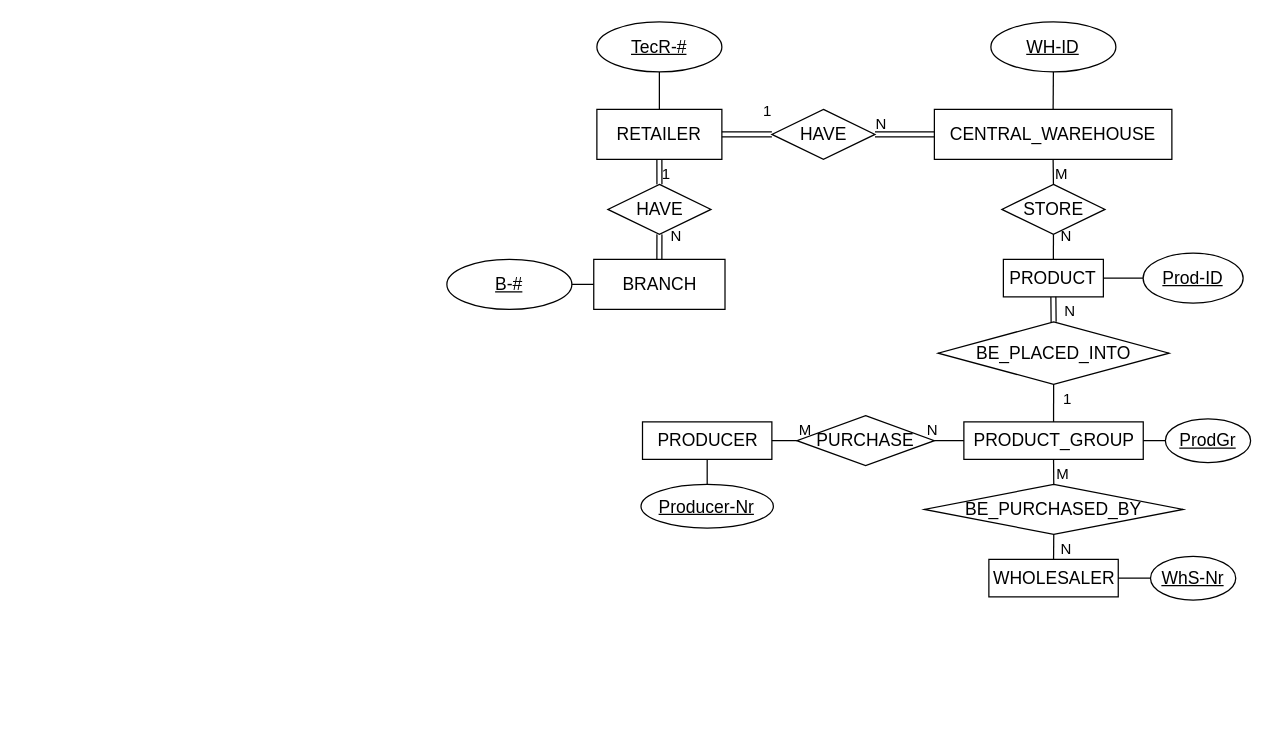
Earlier version of the draw.io diagram eerdretailer.drawio (quangmnh/drawio). Source tidied: cells renumbered, new cells numbered last; positions are measured from the earlier drawing's top-left corner, leaving out a move shared by most shapes. Both pictures are drawn from the tidied source at 125%, with x=0, y=0 at pixel (446, 21).
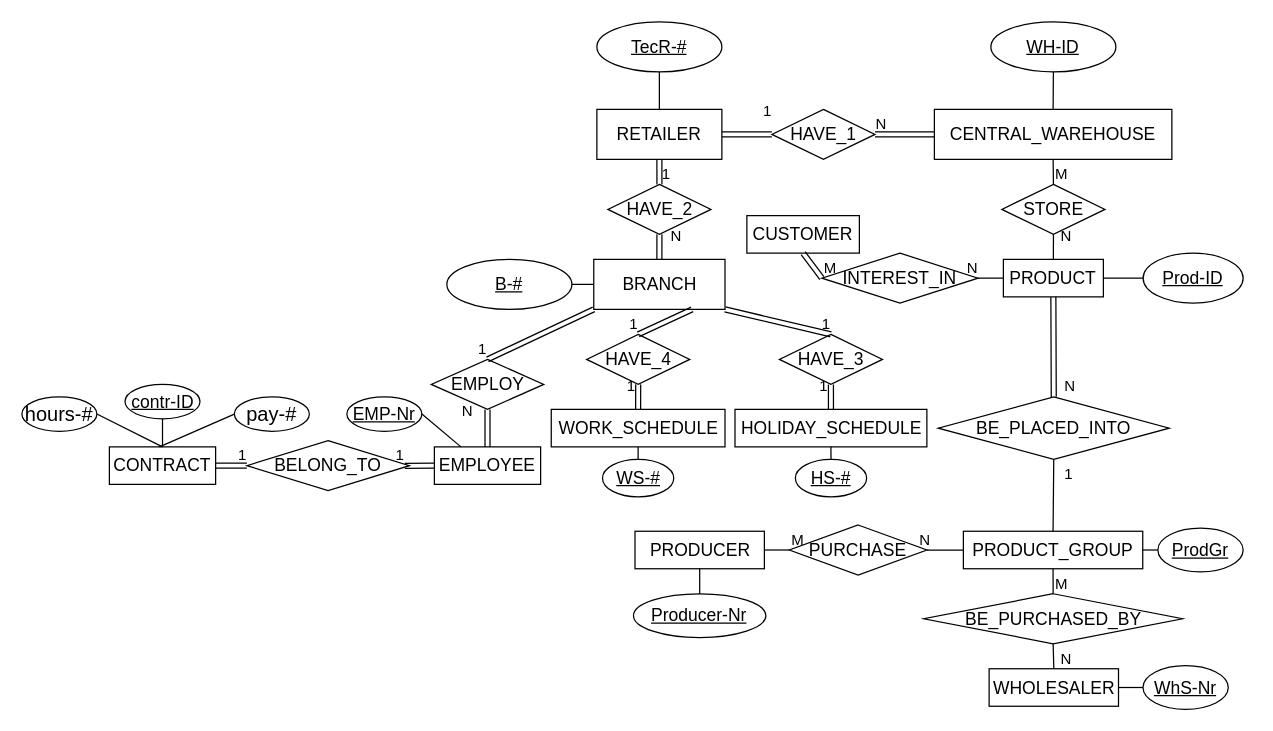
The same diagram, later.

The change refers to these unchanged cells:
```xml
<mxCell id="8" value="&lt;font style=&quot;font-size: 14px&quot;&gt;BRANCH&lt;/font&gt;" style="whiteSpace=wrap;html=1;align=center;" parent="1" vertex="1">
  <mxGeometry x="117.5" y="190" width="105" height="40" as="geometry" />
</mxCell>
<mxCell id="21" value="&lt;font style=&quot;font-size: 14px&quot;&gt;PRODUCT&lt;/font&gt;" style="whiteSpace=wrap;html=1;align=center;" parent="1" vertex="1">
  <mxGeometry x="445.2" y="190" width="80" height="30" as="geometry" />
</mxCell>
```

Diff of the diagram source:
```diff
@@
-    <mxCell id="11" value="&lt;font style=&quot;font-size: 14px&quot;&gt;HAVE&lt;/font&gt;" style="shape=rhombus;perimeter=rhombusPerimeter;whiteSpace=wrap;html=1;align=center;" parent="1" vertex="1">
+    <mxCell id="11" value="&lt;font style=&quot;font-size: 14px&quot;&gt;HAVE_2&lt;/font&gt;" style="shape=rhombus;perimeter=rhombusPerimeter;whiteSpace=wrap;html=1;align=center;" parent="1" vertex="1">
       <mxGeometry x="128.8" y="130" width="82.5" height="40" as="geometry" />
     </mxCell>
-    <mxCell id="12" value="&lt;font style=&quot;font-size: 14px&quot;&gt;HAVE&lt;/font&gt;" style="shape=rhombus;perimeter=rhombusPerimeter;whiteSpace=wrap;html=1;align=center;" parent="1" vertex="1">
+    <mxCell id="12" value="&lt;font style=&quot;font-size: 14px&quot;&gt;HAVE_1&lt;/font&gt;" style="shape=rhombus;perimeter=rhombusPerimeter;whiteSpace=wrap;html=1;align=center;" parent="1" vertex="1">
       <mxGeometry x="260" y="70" width="82.5" height="40" as="geometry" />
     </mxCell>
@@
     <mxCell id="29" value="&lt;font style=&quot;font-size: 14px&quot;&gt;BE_PLACED_INTO&lt;/font&gt;" style="shape=rhombus;perimeter=rhombusPerimeter;whiteSpace=wrap;html=1;align=center;" parent="1" vertex="1">
-      <mxGeometry x="393" y="240" width="184.8" height="50" as="geometry" />
+      <mxGeometry x="393.1" y="300" width="184.8" height="50" as="geometry" />
     </mxCell>
     <mxCell id="30" value="&lt;font style=&quot;font-size: 14px&quot;&gt;PRODUCT_GROUP&lt;/font&gt;" style="whiteSpace=wrap;html=1;align=center;" parent="1" vertex="1">
-      <mxGeometry x="413.6" y="320" width="143.5" height="30" as="geometry" />
+      <mxGeometry x="413.2" y="407.5" width="143.5" height="30" as="geometry" />
     </mxCell>
     <mxCell id="31" value="&lt;span style=&quot;font-size: 14px&quot;&gt;ProdGr&lt;/span&gt;" style="ellipse;whiteSpace=wrap;html=1;align=center;fontStyle=4;" parent="1" vertex="1">
-      <mxGeometry x="574.8" y="317.5" width="68.2" height="35" as="geometry" />
+      <mxGeometry x="568.8" y="405" width="68.2" height="35" as="geometry" />
     </mxCell>
@@
     <mxCell id="37" value="&lt;span style=&quot;font-size: 14px&quot;&gt;WHOLESALER&lt;/span&gt;" style="whiteSpace=wrap;html=1;align=center;" parent="1" vertex="1">
-      <mxGeometry x="433.6" y="430" width="103.5" height="30" as="geometry" />
+      <mxGeometry x="433.8" y="517.5" width="103.5" height="30" as="geometry" />
     </mxCell>
     <mxCell id="38" value="&lt;span style=&quot;font-size: 14px&quot;&gt;PRODUCER&lt;/span&gt;" style="whiteSpace=wrap;html=1;align=center;" parent="1" vertex="1">
-      <mxGeometry x="156.5" y="320" width="103.5" height="30" as="geometry" />
+      <mxGeometry x="150.5" y="407.5" width="103.5" height="30" as="geometry" />
     </mxCell>
     <mxCell id="39" value="&lt;font style=&quot;font-size: 14px&quot;&gt;PURCHASE&lt;/font&gt;" style="shape=rhombus;perimeter=rhombusPerimeter;whiteSpace=wrap;html=1;align=center;" parent="1" vertex="1">
-      <mxGeometry x="280" y="315" width="110" height="40" as="geometry" />
+      <mxGeometry x="274" y="402.5" width="110" height="40" as="geometry" />
     </mxCell>
     <mxCell id="40" value="&lt;font style=&quot;font-size: 14px&quot;&gt;BE_PURCHASED_BY&lt;/font&gt;" style="shape=rhombus;perimeter=rhombusPerimeter;whiteSpace=wrap;html=1;align=center;" parent="1" vertex="1">
-      <mxGeometry x="382" y="370" width="207" height="40" as="geometry" />
+      <mxGeometry x="381.5" y="457.5" width="207" height="40" as="geometry" />
     </mxCell>
@@
     <mxCell id="49" value="&lt;span style=&quot;font-size: 14px&quot;&gt;WhS-Nr&lt;/span&gt;" style="ellipse;whiteSpace=wrap;html=1;align=center;fontStyle=4;" parent="1" vertex="1">
-      <mxGeometry x="562.9" y="427.5" width="68.2" height="35" as="geometry" />
+      <mxGeometry x="556.9" y="515" width="68.2" height="35" as="geometry" />
     </mxCell>
@@
     <mxCell id="51" value="&lt;span style=&quot;font-size: 14px&quot;&gt;Producer-Nr&lt;/span&gt;" style="ellipse;whiteSpace=wrap;html=1;align=center;fontStyle=4;" parent="1" vertex="1">
-      <mxGeometry x="155.3" y="370" width="105.9" height="35" as="geometry" />
+      <mxGeometry x="149.3" y="457.5" width="105.9" height="35" as="geometry" />
     </mxCell>
@@
+    <mxCell id="53" value="&lt;font style=&quot;font-size: 14px&quot;&gt;CUSTOMER&lt;/font&gt;" style="whiteSpace=wrap;html=1;align=center;" parent="1" vertex="1">
+      <mxGeometry x="240" y="155" width="90" height="30" as="geometry" />
+    </mxCell>
+    <mxCell id="54" value="&lt;font style=&quot;font-size: 14px&quot;&gt;INTEREST_IN&lt;/font&gt;" style="shape=rhombus;perimeter=rhombusPerimeter;whiteSpace=wrap;html=1;align=center;" parent="1" vertex="1">
+      <mxGeometry x="300" y="185" width="124.9" height="40" as="geometry" />
+    </mxCell>
+    <mxCell id="55" style="shape=link;html=1;rounded=0;entryX=0.5;entryY=1;entryDx=0;entryDy=0;exitX=0;exitY=0.5;exitDx=0;exitDy=0;" parent="1" edge="1" source="54" target="53">
+      <mxGeometry relative="1" as="geometry" />
+    </mxCell>
+    <mxCell id="56" value="M" style="html=1;align=left;verticalAlign=bottom;" parent="55" vertex="1">
+      <mxGeometry x="-1" relative="1" as="geometry" />
+    </mxCell>
+    <mxCell id="57" style="endArrow=none;html=1;rounded=0;entryX=1;entryY=0.5;entryDx=0;entryDy=0;exitX=0;exitY=0.5;exitDx=0;exitDy=0;" parent="1" edge="1" source="21" target="54">
+      <mxGeometry relative="1" as="geometry" />
+    </mxCell>
+    <mxCell id="58" value="N" style="html=1;align=right;verticalAlign=bottom;" parent="57" vertex="1">
+      <mxGeometry x="1" relative="1" as="geometry" />
+    </mxCell>
+    <mxCell id="59" value="&lt;font style=&quot;font-size: 14px&quot;&gt;EMPLOY&lt;/font&gt;" style="shape=rhombus;perimeter=rhombusPerimeter;whiteSpace=wrap;html=1;align=center;" parent="1" vertex="1">
+      <mxGeometry x="-12.5" y="270" width="90" height="40" as="geometry" />
+    </mxCell>
+    <mxCell id="60" value="&lt;font style=&quot;font-size: 14px&quot;&gt;EMPLOYEE&lt;/font&gt;" style="whiteSpace=wrap;html=1;align=center;" parent="1" vertex="1">
+      <mxGeometry x="-10" y="340" width="85" height="30" as="geometry" />
+    </mxCell>
+    <mxCell id="61" style="shape=link;html=1;rounded=0;exitX=0;exitY=1;exitDx=0;exitDy=0;entryX=0.5;entryY=0;entryDx=0;entryDy=0;" parent="1" edge="1" source="8" target="59">
+      <mxGeometry relative="1" as="geometry" />
+    </mxCell>
+    <mxCell id="62" value="1" style="html=1;align=right;verticalAlign=bottom;" parent="61" vertex="1">
+      <mxGeometry x="1" relative="1" as="geometry" />
+    </mxCell>
+    <mxCell id="63" style="shape=link;html=1;rounded=0;exitX=0.5;exitY=0;exitDx=0;exitDy=0;entryX=0.5;entryY=1;entryDx=0;entryDy=0;" parent="1" edge="1" source="60" target="59">
+      <mxGeometry relative="1" as="geometry" />
+    </mxCell>
+    <mxCell id="64" value="N" style="html=1;align=right;verticalAlign=bottom;" parent="63" vertex="1">
+      <mxGeometry x="1" relative="1" as="geometry">
+        <mxPoint x="-12" y="10" as="offset" />
+      </mxGeometry>
+    </mxCell>
+    <mxCell id="65" value="&lt;span style=&quot;font-size: 14px&quot;&gt;EMP-Nr&lt;/span&gt;" style="ellipse;whiteSpace=wrap;html=1;align=center;fontStyle=4;" parent="1" vertex="1">
+      <mxGeometry x="-80" y="300" width="60" height="27.5" as="geometry" />
+    </mxCell>
+    <mxCell id="66" style="endArrow=none;html=1;rounded=0;exitX=1;exitY=0.5;exitDx=0;exitDy=0;entryX=0.25;entryY=0;entryDx=0;entryDy=0;" parent="1" edge="1" source="65" target="60">
+      <mxGeometry relative="1" as="geometry" />
+    </mxCell>
+    <mxCell id="67" value="&lt;span style=&quot;font-size: 14px&quot;&gt;BELONG_TO&lt;/span&gt;" style="shape=rhombus;perimeter=rhombusPerimeter;whiteSpace=wrap;html=1;align=center;" parent="1" vertex="1">
+      <mxGeometry x="-160" y="335" width="130" height="40" as="geometry" />
+    </mxCell>
+    <mxCell id="68" style="shape=link;html=1;rounded=0;exitX=0;exitY=0.5;exitDx=0;exitDy=0;entryX=0.972;entryY=0.507;entryDx=0;entryDy=0;entryPerimeter=0;" parent="1" edge="1" source="60" target="67">
+      <mxGeometry relative="1" as="geometry" />
+    </mxCell>
+    <mxCell id="69" value="1" style="html=1;align=right;verticalAlign=bottom;" parent="68" vertex="1">
+      <mxGeometry x="1" relative="1" as="geometry" />
+    </mxCell>
+    <mxCell id="70" value="&lt;font style=&quot;font-size: 14px&quot;&gt;CONTRACT&lt;/font&gt;" style="whiteSpace=wrap;html=1;align=center;" parent="1" vertex="1">
+      <mxGeometry x="-270" y="340" width="85" height="30" as="geometry" />
+    </mxCell>
+    <mxCell id="71" style="shape=link;html=1;rounded=0;exitX=1;exitY=0.5;exitDx=0;exitDy=0;entryX=0;entryY=0.5;entryDx=0;entryDy=0;" parent="1" edge="1" source="70" target="67">
+      <mxGeometry relative="1" as="geometry" />
+    </mxCell>
+    <mxCell id="72" value="1" style="html=1;align=right;verticalAlign=bottom;" parent="71" vertex="1">
+      <mxGeometry x="1" relative="1" as="geometry" />
+    </mxCell>
+    <mxCell id="73" value="&lt;span style=&quot;font-size: 14px&quot;&gt;contr-ID&lt;/span&gt;" style="ellipse;whiteSpace=wrap;html=1;align=center;fontStyle=4;" parent="1" vertex="1">
+      <mxGeometry x="-257.5" y="290" width="60" height="27.5" as="geometry" />
+    </mxCell>
+    <mxCell id="74" style="endArrow=none;html=1;rounded=0;exitX=0.5;exitY=1;exitDx=0;exitDy=0;entryX=0.5;entryY=0;entryDx=0;entryDy=0;" parent="1" edge="1" source="73" target="70">
+      <mxGeometry relative="1" as="geometry" />
+    </mxCell>
+    <mxCell id="75" style="endArrow=none;html=1;rounded=0;entryX=0.5;entryY=0;entryDx=0;entryDy=0;exitX=1;exitY=0.5;exitDx=0;exitDy=0;" parent="1" edge="1" source="76" target="70">
+      <mxGeometry relative="1" as="geometry" />
+    </mxCell>
+    <mxCell id="76" value="&lt;font size=&quot;3&quot;&gt;hours-#&lt;/font&gt;" style="ellipse;whiteSpace=wrap;html=1;align=center;" parent="1" vertex="1">
+      <mxGeometry x="-340" y="300" width="60" height="27.5" as="geometry" />
+    </mxCell>
+    <mxCell id="77" style="endArrow=none;html=1;rounded=0;exitX=0;exitY=0.5;exitDx=0;exitDy=0;" parent="1" edge="1" source="78">
+      <mxGeometry relative="1" as="geometry">
+        <mxPoint x="-230" y="340" as="targetPoint" />
+      </mxGeometry>
+    </mxCell>
+    <mxCell id="78" value="&lt;font size=&quot;3&quot;&gt;pay-#&lt;/font&gt;" style="ellipse;whiteSpace=wrap;html=1;align=center;" parent="1" vertex="1">
+      <mxGeometry x="-170" y="300" width="60" height="27.5" as="geometry" />
+    </mxCell>
+    <mxCell id="79" value="&lt;font style=&quot;font-size: 14px&quot;&gt;HAVE_3&lt;/font&gt;" style="shape=rhombus;perimeter=rhombusPerimeter;whiteSpace=wrap;html=1;align=center;" parent="1" vertex="1">
+      <mxGeometry x="266" y="250" width="82.5" height="40" as="geometry" />
+    </mxCell>
+    <mxCell id="80" value="&lt;font style=&quot;font-size: 14px&quot;&gt;HAVE_4&lt;/font&gt;" style="shape=rhombus;perimeter=rhombusPerimeter;whiteSpace=wrap;html=1;align=center;" parent="1" vertex="1">
+      <mxGeometry x="111.8" y="250" width="82.5" height="40" as="geometry" />
+    </mxCell>
+    <mxCell id="81" value="&lt;font style=&quot;font-size: 14px&quot;&gt;WORK_SCHEDULE&lt;/font&gt;" style="whiteSpace=wrap;html=1;align=center;" parent="1" vertex="1">
+      <mxGeometry x="83.5" y="310" width="139" height="30" as="geometry" />
+    </mxCell>
+    <mxCell id="82" value="&lt;font style=&quot;font-size: 14px&quot;&gt;HOLIDAY_SCHEDULE&lt;/font&gt;" style="whiteSpace=wrap;html=1;align=center;" parent="1" vertex="1">
+      <mxGeometry x="230.5" y="310" width="153.5" height="30" as="geometry" />
+    </mxCell>
+    <mxCell id="83" style="shape=link;html=1;rounded=0;exitX=0.75;exitY=1;exitDx=0;exitDy=0;entryX=0.5;entryY=0;entryDx=0;entryDy=0;" parent="1" edge="1" source="8" target="80">
+      <mxGeometry relative="1" as="geometry" />
+    </mxCell>
+    <mxCell id="84" value="1" style="html=1;align=right;verticalAlign=bottom;" parent="83" vertex="1">
+      <mxGeometry x="1" relative="1" as="geometry" />
+    </mxCell>
+    <mxCell id="85" style="shape=link;html=1;rounded=0;exitX=1;exitY=1;exitDx=0;exitDy=0;entryX=0.5;entryY=0;entryDx=0;entryDy=0;" parent="1" edge="1" source="8" target="79">
+      <mxGeometry relative="1" as="geometry" />
+    </mxCell>
+    <mxCell id="86" value="1" style="html=1;align=right;verticalAlign=bottom;" parent="85" vertex="1">
+      <mxGeometry x="1" relative="1" as="geometry" />
+    </mxCell>
+    <mxCell id="87" style="shape=link;html=1;rounded=0;exitX=0.5;exitY=0;exitDx=0;exitDy=0;entryX=0.5;entryY=1;entryDx=0;entryDy=0;" parent="1" edge="1" source="81" target="80">
+      <mxGeometry relative="1" as="geometry" />
+    </mxCell>
+    <mxCell id="88" value="1" style="html=1;align=right;verticalAlign=bottom;" parent="87" vertex="1">
+      <mxGeometry x="1" relative="1" as="geometry">
+        <mxPoint x="-2" y="10" as="offset" />
+      </mxGeometry>
+    </mxCell>
+    <mxCell id="89" style="shape=link;html=1;rounded=0;exitX=0.5;exitY=0;exitDx=0;exitDy=0;entryX=0.5;entryY=1;entryDx=0;entryDy=0;" parent="1" edge="1" source="82" target="79">
+      <mxGeometry relative="1" as="geometry" />
+    </mxCell>
+    <mxCell id="90" value="1" style="html=1;align=right;verticalAlign=bottom;" parent="89" vertex="1">
+      <mxGeometry x="1" relative="1" as="geometry">
+        <mxPoint x="-2" y="10" as="offset" />
+      </mxGeometry>
+    </mxCell>
+    <mxCell id="91" value="&lt;span style=&quot;font-size: 14px&quot;&gt;WS-#&lt;/span&gt;" style="ellipse;whiteSpace=wrap;html=1;align=center;fontStyle=4;" parent="1" vertex="1">
+      <mxGeometry x="124.5" y="350" width="57" height="30" as="geometry" />
+    </mxCell>
+    <mxCell id="92" style="endArrow=none;html=1;rounded=0;exitX=0.5;exitY=0;exitDx=0;exitDy=0;entryX=0.5;entryY=1;entryDx=0;entryDy=0;" parent="1" edge="1" source="91" target="81">
+      <mxGeometry relative="1" as="geometry" />
+    </mxCell>
+    <mxCell id="93" value="&lt;span style=&quot;font-size: 14px&quot;&gt;HS-#&lt;/span&gt;" style="ellipse;whiteSpace=wrap;html=1;align=center;fontStyle=4;" parent="1" vertex="1">
+      <mxGeometry x="278.8" y="350" width="57" height="30" as="geometry" />
+    </mxCell>
+    <mxCell id="94" style="endArrow=none;html=1;rounded=0;exitX=0.5;exitY=0;exitDx=0;exitDy=0;entryX=0.5;entryY=1;entryDx=0;entryDy=0;" parent="1" edge="1" source="93" target="82">
+      <mxGeometry relative="1" as="geometry" />
+    </mxCell>
```
